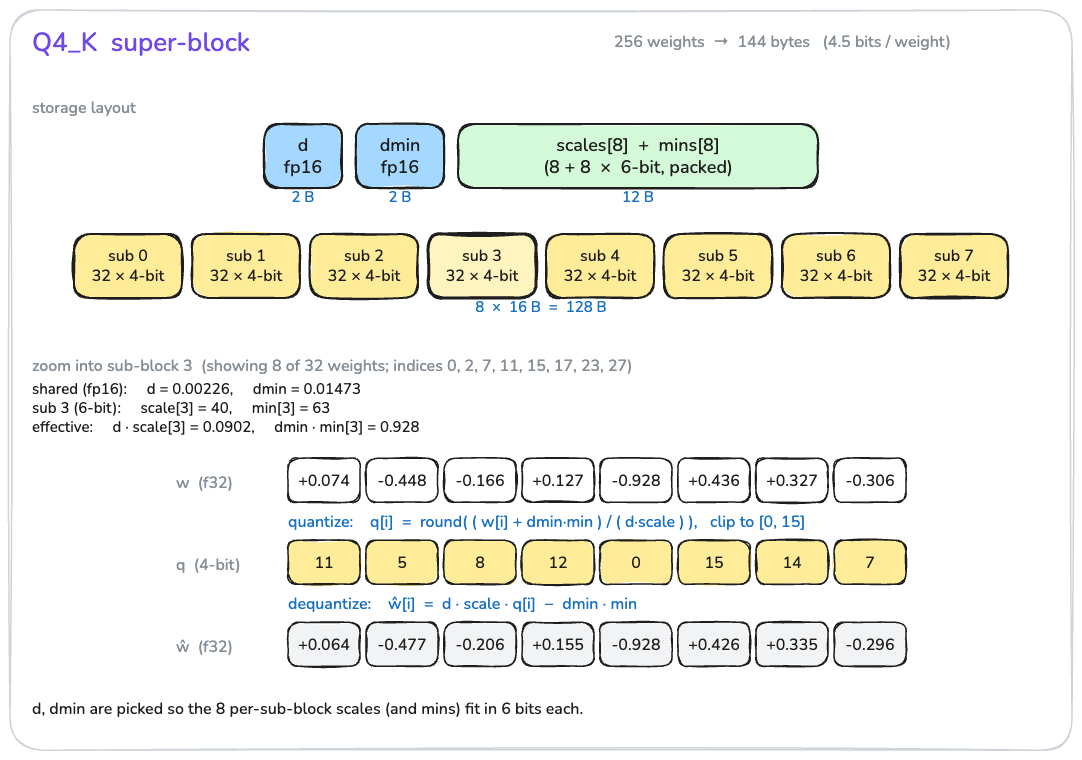
The Excalidraw diagram posts/how-to-llm-inference/q4_k.excalidraw.png in XiangpengHao/blog, before a commit. Source tidied: one line per element, renumbered; positions are measured from the earlier drawing's top-left corner, leaving out a move shared by most shapes.
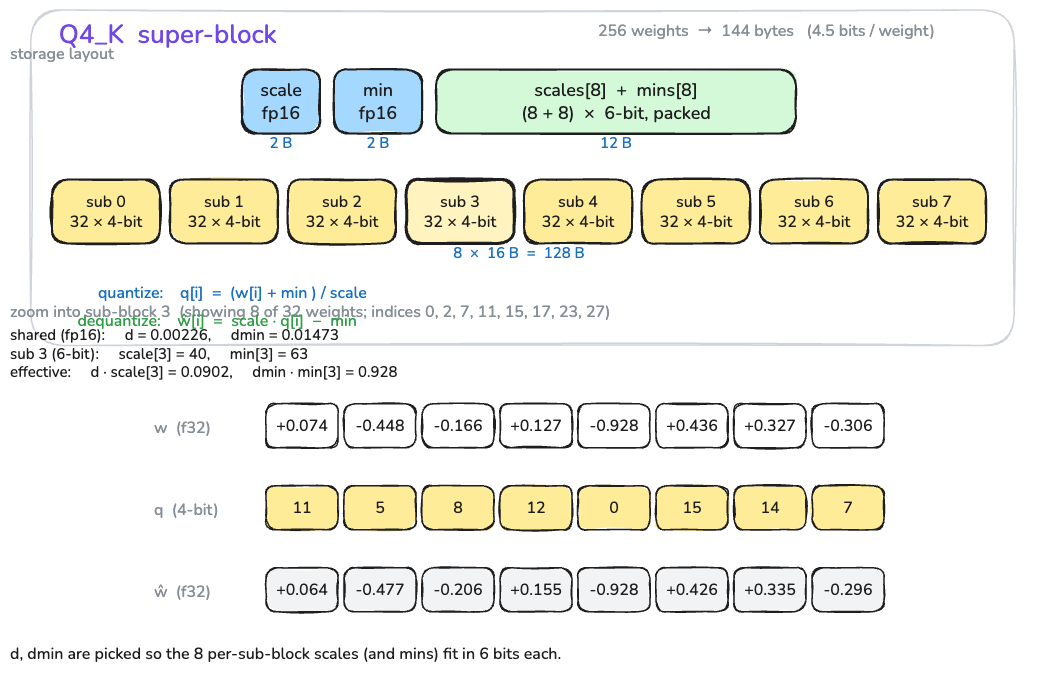
Later version of the same file.

What changed in the source:
```diff
@@ -1,15 +1,14 @@
-{"id": 0, "type": "rectangle", "strokeColor": "#ced4da", "backgroundColor": "#ffffff", "fillStyle": "solid", "strokeWidth": 1.5, "roughness": 1, "round": true, "x": 0, "y": 0, "width": 1062, "height": 740}
+{"id": 0, "type": "rectangle", "strokeColor": "#ced4da", "backgroundColor": "#ffffff", "fillStyle": "solid", "strokeWidth": 1.5, "roughness": 1, "round": true, "x": 43, "y": 55, "width": 984, "height": 336}
-{"id": 1, "type": "text", "text": "Q4_K  super-block", "strokeColor": "#7048e8", "strokeWidth": 2, "roughness": 1, "fontSize": 26, "fontFamily": 6, "x": 22, "y": 16, "width": 262, "height": 34}
+{"id": 1, "type": "text", "text": "Q4_K  super-block", "strokeColor": "#7048e8", "strokeWidth": 2, "roughness": 1, "fontSize": 26, "fontFamily": 6, "x": 71, "y": 63, "width": 262, "height": 34}
-{"id": 2, "type": "text", "text": "256 weights  →  144 bytes   (4.5 bits / weight)", "strokeColor": "#868e96", "strokeWidth": 2, "roughness": 1, "fontSize": 16, "fontFamily": 6, "x": 604, "y": 22, "width": 442, "height": 22}
+{"id": 2, "type": "text", "text": "256 weights  →  144 bytes   (4.5 bits / weight)", "strokeColor": "#868e96", "strokeWidth": 2, "roughness": 1, "fontSize": 16, "fontFamily": 6, "x": 610, "y": 66, "width": 442, "height": 22}
-{"id": 3, "type": "text", "text": "storage layout", "strokeColor": "#868e96", "strokeWidth": 2, "roughness": 1, "fontSize": 16, "fontFamily": 6, "x": 22, "y": 88, "width": 135, "height": 22}
 {"id": 4, "type": "rectangle", "strokeColor": "#1e1e1e", "backgroundColor": "#a5d8ff", "fillStyle": "solid", "strokeWidth": 2, "roughness": 1, "round": true, "x": 254, "y": 114, "width": 78, "height": 64}
-{"id": 5, "type": "text", "text": "d\nfp16", "strokeColor": "#1e1e1e", "strokeWidth": 2, "roughness": 1, "fontSize": 18, "fontFamily": 6, "textAlign": "center", "verticalAlign": "middle", "inside": 4, "x": 258, "y": 124, "width": 70, "height": 45}
+{"id": 5, "type": "text", "text": "scale\nfp16", "strokeColor": "#1e1e1e", "strokeWidth": 2, "roughness": 1, "fontSize": 18, "fontFamily": 6, "textAlign": "center", "verticalAlign": "middle", "inside": 4, "x": 258, "y": 124, "width": 70, "height": 45}
 {"id": 6, "type": "text", "text": "2 B", "strokeColor": "#1971c2", "strokeWidth": 2, "roughness": 1, "fontSize": 15, "fontFamily": 6, "textAlign": "center", "x": 277, "y": 178, "width": 32, "height": 20}
 {"id": 7, "type": "rectangle", "strokeColor": "#1e1e1e", "backgroundColor": "#a5d8ff", "fillStyle": "solid", "strokeWidth": 2, "roughness": 1, "round": true, "x": 346, "y": 114, "width": 88, "height": 64}
-{"id": 8, "type": "text", "text": "dmin\nfp16", "strokeColor": "#1e1e1e", "strokeWidth": 2, "roughness": 1, "fontSize": 18, "fontFamily": 6, "textAlign": "center", "verticalAlign": "middle", "inside": 7, "x": 350, "y": 124, "width": 80, "height": 45}
+{"id": 8, "type": "text", "text": "min\nfp16", "strokeColor": "#1e1e1e", "strokeWidth": 2, "roughness": 1, "fontSize": 18, "fontFamily": 6, "textAlign": "center", "verticalAlign": "middle", "inside": 7, "x": 350, "y": 124, "width": 80, "height": 45}
 {"id": 9, "type": "text", "text": "2 B", "strokeColor": "#1971c2", "strokeWidth": 2, "roughness": 1, "fontSize": 15, "fontFamily": 6, "textAlign": "center", "x": 374, "y": 178, "width": 32, "height": 20}
 {"id": 10, "type": "rectangle", "strokeColor": "#1e1e1e", "backgroundColor": "#d3f9d8", "fillStyle": "solid", "strokeWidth": 2, "roughness": 1, "round": true, "x": 448, "y": 114, "width": 360, "height": 64}
-{"id": 11, "type": "text", "text": "scales[8]  +  mins[8]\n(8 + 8  ×  6-bit, packed)", "strokeColor": "#1e1e1e", "strokeWidth": 2, "roughness": 1, "fontSize": 18, "fontFamily": 6, "textAlign": "center", "verticalAlign": "middle", "inside": 10, "x": 452, "y": 124, "width": 352, "height": 45}
+{"id": 11, "type": "text", "text": "scales[8]  +  mins[8]\n(8 + 8)  ×  6-bit, packed", "strokeColor": "#1e1e1e", "strokeWidth": 2, "roughness": 1, "fontSize": 18, "fontFamily": 6, "textAlign": "center", "verticalAlign": "middle", "inside": 10, "x": 452, "y": 124, "width": 352, "height": 45}
 {"id": 12, "type": "text", "text": "12 B", "strokeColor": "#1971c2", "strokeWidth": 2, "roughness": 1, "fontSize": 15, "fontFamily": 6, "textAlign": "center", "x": 608, "y": 178, "width": 40, "height": 20}
 {"id": 13, "type": "rectangle", "strokeColor": "#1e1e1e", "backgroundColor": "#ffec99", "fillStyle": "solid", "strokeWidth": 2, "roughness": 1, "round": true, "x": 64, "y": 224, "width": 108, "height": 64}
 {"id": 14, "type": "text", "text": "sub 0\n32 × 4-bit", "strokeColor": "#1e1e1e", "strokeWidth": 2, "roughness": 1, "fontSize": 16, "fontFamily": 6, "textAlign": "center", "verticalAlign": "middle", "inside": 13, "x": 68, "y": 236, "width": 100, "height": 40}
@@ -28,59 +27,5 @@
 {"id": 27, "type": "rectangle", "strokeColor": "#1e1e1e", "backgroundColor": "#ffec99", "fillStyle": "solid", "strokeWidth": 2, "roughness": 1, "round": true, "x": 890, "y": 224, "width": 108, "height": 64}
 {"id": 28, "type": "text", "text": "sub 7\n32 × 4-bit", "strokeColor": "#1e1e1e", "strokeWidth": 2, "roughness": 1, "fontSize": 16, "fontFamily": 6, "textAlign": "center", "verticalAlign": "middle", "inside": 27, "x": 894, "y": 236, "width": 100, "height": 40}
 {"id": 29, "type": "text", "text": "8  ×  16 B  =  128 B", "strokeColor": "#1971c2", "strokeWidth": 2, "roughness": 1, "fontSize": 15, "fontFamily": 6, "textAlign": "center", "x": 441, "y": 288, "width": 180, "height": 20}
-{"id": 30, "type": "text", "text": "zoom into sub-block 3  (showing 8 of 32 weights; indices 0, 2, 7, 11, 15, 17, 23, 27)", "strokeColor": "#868e96", "strokeWidth": 2, "roughness": 1, "fontSize": 16, "fontFamily": 6, "x": 22, "y": 346, "width": 794, "height": 22}
-{"id": 31, "type": "text", "text": "shared (fp16):     d = 0.00226,     dmin = 0.01473\nsub 3 (6-bit):     scale[3] = 40,     min[3] = 63\neffective:     d · scale[3] = 0.0902,     dmin · min[3] = 0.928", "strokeColor": "#1e1e1e", "strokeWidth": 2, "roughness": 1, "fontSize": 15, "fontFamily": 6, "x": 22, "y": 370, "width": 554, "height": 58}
-{"id": 32, "type": "text", "text": "w  (f32)", "strokeColor": "#868e96", "strokeWidth": 2, "roughness": 1, "fontSize": 16, "fontFamily": 6, "x": 166, "y": 462, "width": 80, "height": 22}
-{"id": 33, "type": "rectangle", "strokeColor": "#1e1e1e", "backgroundColor": "#ffffff", "fillStyle": "solid", "strokeWidth": 1.5, "roughness": 1, "round": true, "x": 278, "y": 448, "width": 72, "height": 44}
-{"id": 34, "type": "text", "text": "+0.074", "strokeColor": "#1e1e1e", "strokeWidth": 2, "roughness": 1, "fontSize": 16, "fontFamily": 6, "textAlign": "center", "verticalAlign": "middle", "inside": 33, "x": 281, "y": 460, "width": 66, "height": 20}
-{"id": 35, "type": "rectangle", "strokeColor": "#1e1e1e", "backgroundColor": "#ffffff", "fillStyle": "solid", "strokeWidth": 1.5, "roughness": 1, "round": true, "x": 356, "y": 448, "width": 72, "height": 44}
-{"id": 36, "type": "text", "text": "-0.448", "strokeColor": "#1e1e1e", "strokeWidth": 2, "roughness": 1, "fontSize": 16, "fontFamily": 6, "textAlign": "center", "verticalAlign": "middle", "inside": 35, "x": 359, "y": 460, "width": 66, "height": 20}
-{"id": 37, "type": "rectangle", "strokeColor": "#1e1e1e", "backgroundColor": "#ffffff", "fillStyle": "solid", "strokeWidth": 1.5, "roughness": 1, "round": true, "x": 434, "y": 448, "width": 72, "height": 44}
-{"id": 38, "type": "text", "text": "-0.166", "strokeColor": "#1e1e1e", "strokeWidth": 2, "roughness": 1, "fontSize": 16, "fontFamily": 6, "textAlign": "center", "verticalAlign": "middle", "inside": 37, "x": 437, "y": 460, "width": 66, "height": 20}
-{"id": 39, "type": "rectangle", "strokeColor": "#1e1e1e", "backgroundColor": "#ffffff", "fillStyle": "solid", "strokeWidth": 1.5, "roughness": 1, "round": true, "x": 512, "y": 448, "width": 72, "height": 44}
-{"id": 40, "type": "text", "text": "+0.127", "strokeColor": "#1e1e1e", "strokeWidth": 2, "roughness": 1, "fontSize": 16, "fontFamily": 6, "textAlign": "center", "verticalAlign": "middle", "inside": 39, "x": 515, "y": 460, "width": 66, "height": 20}
-{"id": 41, "type": "rectangle", "strokeColor": "#1e1e1e", "backgroundColor": "#ffffff", "fillStyle": "solid", "strokeWidth": 1.5, "roughness": 1, "round": true, "x": 590, "y": 448, "width": 72, "height": 44}
-{"id": 42, "type": "text", "text": "-0.928", "strokeColor": "#1e1e1e", "strokeWidth": 2, "roughness": 1, "fontSize": 16, "fontFamily": 6, "textAlign": "center", "verticalAlign": "middle", "inside": 41, "x": 593, "y": 460, "width": 66, "height": 20}
-{"id": 43, "type": "rectangle", "strokeColor": "#1e1e1e", "backgroundColor": "#ffffff", "fillStyle": "solid", "strokeWidth": 1.5, "roughness": 1, "round": true, "x": 668, "y": 448, "width": 72, "height": 44}
-{"id": 44, "type": "text", "text": "+0.436", "strokeColor": "#1e1e1e", "strokeWidth": 2, "roughness": 1, "fontSize": 16, "fontFamily": 6, "textAlign": "center", "verticalAlign": "middle", "inside": 43, "x": 671, "y": 460, "width": 66, "height": 20}
-{"id": 45, "type": "rectangle", "strokeColor": "#1e1e1e", "backgroundColor": "#ffffff", "fillStyle": "solid", "strokeWidth": 1.5, "roughness": 1, "round": true, "x": 746, "y": 448, "width": 72, "height": 44}
-{"id": 46, "type": "text", "text": "+0.327", "strokeColor": "#1e1e1e", "strokeWidth": 2, "roughness": 1, "fontSize": 16, "fontFamily": 6, "textAlign": "center", "verticalAlign": "middle", "inside": 45, "x": 749, "y": 460, "width": 66, "height": 20}
-{"id": 47, "type": "rectangle", "strokeColor": "#1e1e1e", "backgroundColor": "#ffffff", "fillStyle": "solid", "strokeWidth": 1.5, "roughness": 1, "round": true, "x": 824, "y": 448, "width": 72, "height": 44}
-{"id": 48, "type": "text", "text": "-0.306", "strokeColor": "#1e1e1e", "strokeWidth": 2, "roughness": 1, "fontSize": 16, "fontFamily": 6, "textAlign": "center", "verticalAlign": "middle", "inside": 47, "x": 827, "y": 460, "width": 66, "height": 20}
-{"id": 49, "type": "text", "text": "quantize:    q[i]  =  round( ( w[i] + dmin·min ) / ( d·scale ) ),   clip to [0, 15]", "strokeColor": "#1971c2", "strokeWidth": 2, "roughness": 1, "fontSize": 16, "fontFamily": 6, "x": 278, "y": 501, "width": 776, "height": 22}
+{"id": 49, "type": "text", "text": "quantize:    q[i]  =  (w[i] + min ) / scale", "strokeColor": "#1971c2", "strokeWidth": 2, "roughness": 1, "fontSize": 16, "fontFamily": 6, "x": 110, "y": 327, "width": 269, "height": 20}
-{"id": 50, "type": "text", "text": "q  (4-bit)", "strokeColor": "#868e96", "strokeWidth": 2, "roughness": 1, "fontSize": 16, "fontFamily": 6, "x": 166, "y": 544, "width": 98, "height": 22}
-{"id": 51, "type": "rectangle", "strokeColor": "#1e1e1e", "backgroundColor": "#ffec99", "fillStyle": "solid", "strokeWidth": 1.5, "roughness": 1, "round": true, "x": 278, "y": 530, "width": 72, "height": 44}
-{"id": 52, "type": "text", "text": "11", "strokeColor": "#1e1e1e", "strokeWidth": 2, "roughness": 1, "fontSize": 16, "fontFamily": 6, "textAlign": "center", "verticalAlign": "middle", "inside": 51, "x": 281, "y": 542, "width": 66, "height": 20}
-{"id": 53, "type": "rectangle", "strokeColor": "#1e1e1e", "backgroundColor": "#ffec99", "fillStyle": "solid", "strokeWidth": 1.5, "roughness": 1, "round": true, "x": 356, "y": 530, "width": 72, "height": 44}
-{"id": 54, "type": "text", "text": "5", "strokeColor": "#1e1e1e", "strokeWidth": 2, "roughness": 1, "fontSize": 16, "fontFamily": 6, "textAlign": "center", "verticalAlign": "middle", "inside": 53, "x": 359, "y": 542, "width": 66, "height": 20}
-{"id": 55, "type": "rectangle", "strokeColor": "#1e1e1e", "backgroundColor": "#ffec99", "fillStyle": "solid", "strokeWidth": 1.5, "roughness": 1, "round": true, "x": 434, "y": 530, "width": 72, "height": 44}
-{"id": 56, "type": "text", "text": "8", "strokeColor": "#1e1e1e", "strokeWidth": 2, "roughness": 1, "fontSize": 16, "fontFamily": 6, "textAlign": "center", "verticalAlign": "middle", "inside": 55, "x": 437, "y": 542, "width": 66, "height": 20}
-{"id": 57, "type": "rectangle", "strokeColor": "#1e1e1e", "backgroundColor": "#ffec99", "fillStyle": "solid", "strokeWidth": 1.5, "roughness": 1, "round": true, "x": 512, "y": 530, "width": 72, "height": 44}
-{"id": 58, "type": "text", "text": "12", "strokeColor": "#1e1e1e", "strokeWidth": 2, "roughness": 1, "fontSize": 16, "fontFamily": 6, "textAlign": "center", "verticalAlign": "middle", "inside": 57, "x": 515, "y": 542, "width": 66, "height": 20}
-{"id": 59, "type": "rectangle", "strokeColor": "#1e1e1e", "backgroundColor": "#ffec99", "fillStyle": "solid", "strokeWidth": 1.5, "roughness": 1, "round": true, "x": 590, "y": 530, "width": 72, "height": 44}
-{"id": 60, "type": "text", "text": "0", "strokeColor": "#1e1e1e", "strokeWidth": 2, "roughness": 1, "fontSize": 16, "fontFamily": 6, "textAlign": "center", "verticalAlign": "middle", "inside": 59, "x": 593, "y": 542, "width": 66, "height": 20}
-{"id": 61, "type": "rectangle", "strokeColor": "#1e1e1e", "backgroundColor": "#ffec99", "fillStyle": "solid", "strokeWidth": 1.5, "roughness": 1, "round": true, "x": 668, "y": 530, "width": 72, "height": 44}
-{"id": 62, "type": "text", "text": "15", "strokeColor": "#1e1e1e", "strokeWidth": 2, "roughness": 1, "fontSize": 16, "fontFamily": 6, "textAlign": "center", "verticalAlign": "middle", "inside": 61, "x": 671, "y": 542, "width": 66, "height": 20}
-{"id": 63, "type": "rectangle", "strokeColor": "#1e1e1e", "backgroundColor": "#ffec99", "fillStyle": "solid", "strokeWidth": 1.5, "roughness": 1, "round": true, "x": 746, "y": 530, "width": 72, "height": 44}
-{"id": 64, "type": "text", "text": "14", "strokeColor": "#1e1e1e", "strokeWidth": 2, "roughness": 1, "fontSize": 16, "fontFamily": 6, "textAlign": "center", "verticalAlign": "middle", "inside": 63, "x": 749, "y": 542, "width": 66, "height": 20}
-{"id": 65, "type": "rectangle", "strokeColor": "#1e1e1e", "backgroundColor": "#ffec99", "fillStyle": "solid", "strokeWidth": 1.5, "roughness": 1, "round": true, "x": 824, "y": 530, "width": 72, "height": 44}
-{"id": 66, "type": "text", "text": "7", "strokeColor": "#1e1e1e", "strokeWidth": 2, "roughness": 1, "fontSize": 16, "fontFamily": 6, "textAlign": "center", "verticalAlign": "middle", "inside": 65, "x": 827, "y": 542, "width": 66, "height": 20}
-{"id": 67, "type": "text", "text": "dequantize:    ŵ[i]  =  d · scale · q[i]  −  dmin · min", "strokeColor": "#1971c2", "strokeWidth": 2, "roughness": 1, "fontSize": 16, "fontFamily": 6, "x": 278, "y": 583, "width": 516, "height": 22}
+{"id": 67, "type": "text", "text": "dequantize:    ŵ[i]  =  scale · q[i]  −  min", "strokeColor": "#2f9e44", "strokeWidth": 2, "roughness": 1, "fontSize": 16, "fontFamily": 6, "x": 89, "y": 356, "width": 280, "height": 20}
-{"id": 68, "type": "text", "text": "ŵ  (f32)", "strokeColor": "#868e96", "strokeWidth": 2, "roughness": 1, "fontSize": 16, "fontFamily": 6, "x": 166, "y": 626, "width": 80, "height": 22}
-{"id": 69, "type": "rectangle", "strokeColor": "#1e1e1e", "backgroundColor": "#f1f3f5", "fillStyle": "solid", "strokeWidth": 1.5, "roughness": 1, "round": true, "x": 278, "y": 612, "width": 72, "height": 44}
-{"id": 70, "type": "text", "text": "+0.064", "strokeColor": "#1e1e1e", "strokeWidth": 2, "roughness": 1, "fontSize": 16, "fontFamily": 6, "textAlign": "center", "verticalAlign": "middle", "inside": 69, "x": 281, "y": 624, "width": 66, "height": 20}
-{"id": 71, "type": "rectangle", "strokeColor": "#1e1e1e", "backgroundColor": "#f1f3f5", "fillStyle": "solid", "strokeWidth": 1.5, "roughness": 1, "round": true, "x": 356, "y": 612, "width": 72, "height": 44}
-{"id": 72, "type": "text", "text": "-0.477", "strokeColor": "#1e1e1e", "strokeWidth": 2, "roughness": 1, "fontSize": 16, "fontFamily": 6, "textAlign": "center", "verticalAlign": "middle", "inside": 71, "x": 359, "y": 624, "width": 66, "height": 20}
-{"id": 73, "type": "rectangle", "strokeColor": "#1e1e1e", "backgroundColor": "#f1f3f5", "fillStyle": "solid", "strokeWidth": 1.5, "roughness": 1, "round": true, "x": 434, "y": 612, "width": 72, "height": 44}
-{"id": 74, "type": "text", "text": "-0.206", "strokeColor": "#1e1e1e", "strokeWidth": 2, "roughness": 1, "fontSize": 16, "fontFamily": 6, "textAlign": "center", "verticalAlign": "middle", "inside": 73, "x": 437, "y": 624, "width": 66, "height": 20}
-{"id": 75, "type": "rectangle", "strokeColor": "#1e1e1e", "backgroundColor": "#f1f3f5", "fillStyle": "solid", "strokeWidth": 1.5, "roughness": 1, "round": true, "x": 512, "y": 612, "width": 72, "height": 44}
-{"id": 76, "type": "text", "text": "+0.155", "strokeColor": "#1e1e1e", "strokeWidth": 2, "roughness": 1, "fontSize": 16, "fontFamily": 6, "textAlign": "center", "verticalAlign": "middle", "inside": 75, "x": 515, "y": 624, "width": 66, "height": 20}
-{"id": 77, "type": "rectangle", "strokeColor": "#1e1e1e", "backgroundColor": "#f1f3f5", "fillStyle": "solid", "strokeWidth": 1.5, "roughness": 1, "round": true, "x": 590, "y": 612, "width": 72, "height": 44}
-{"id": 78, "type": "text", "text": "-0.928", "strokeColor": "#1e1e1e", "strokeWidth": 2, "roughness": 1, "fontSize": 16, "fontFamily": 6, "textAlign": "center", "verticalAlign": "middle", "inside": 77, "x": 593, "y": 624, "width": 66, "height": 20}
-{"id": 79, "type": "rectangle", "strokeColor": "#1e1e1e", "backgroundColor": "#f1f3f5", "fillStyle": "solid", "strokeWidth": 1.5, "roughness": 1, "round": true, "x": 668, "y": 612, "width": 72, "height": 44}
-{"id": 80, "type": "text", "text": "+0.426", "strokeColor": "#1e1e1e", "strokeWidth": 2, "roughness": 1, "fontSize": 16, "fontFamily": 6, "textAlign": "center", "verticalAlign": "middle", "inside": 79, "x": 671, "y": 624, "width": 66, "height": 20}
-{"id": 81, "type": "rectangle", "strokeColor": "#1e1e1e", "backgroundColor": "#f1f3f5", "fillStyle": "solid", "strokeWidth": 1.5, "roughness": 1, "round": true, "x": 746, "y": 612, "width": 72, "height": 44}
-{"id": 82, "type": "text", "text": "+0.335", "strokeColor": "#1e1e1e", "strokeWidth": 2, "roughness": 1, "fontSize": 16, "fontFamily": 6, "textAlign": "center", "verticalAlign": "middle", "inside": 81, "x": 749, "y": 624, "width": 66, "height": 20}
-{"id": 83, "type": "rectangle", "strokeColor": "#1e1e1e", "backgroundColor": "#f1f3f5", "fillStyle": "solid", "strokeWidth": 1.5, "roughness": 1, "round": true, "x": 824, "y": 612, "width": 72, "height": 44}
-{"id": 84, "type": "text", "text": "-0.296", "strokeColor": "#1e1e1e", "strokeWidth": 2, "roughness": 1, "fontSize": 16, "fontFamily": 6, "textAlign": "center", "verticalAlign": "middle", "inside": 83, "x": 827, "y": 624, "width": 66, "height": 20}
-{"id": 85, "type": "text", "text": "d, dmin are picked so the 8 per-sub-block scales (and mins) fit in 6 bits each.", "strokeColor": "#1e1e1e", "strokeWidth": 2, "roughness": 1, "fontSize": 16, "fontFamily": 6, "x": 22, "y": 688, "width": 739, "height": 22}
```
